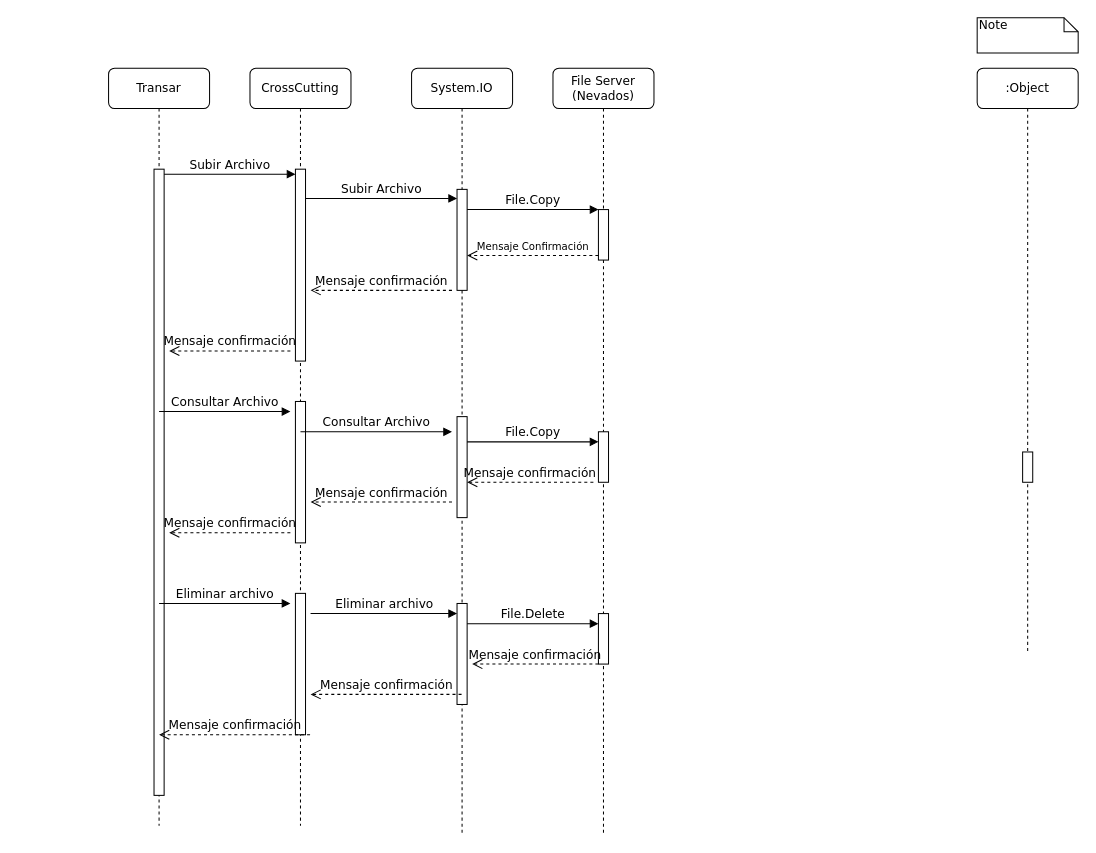
Earlier version of the draw.io diagram Sequence Diagram.drawio (carlosvalderrama1204/RutaCompartida). Source tidied: cells renumbered, new cells numbered last; positions are measured from the earlier drawing's top-left corner, leaving out a move shared by most shapes. Both pictures are drawn from the tidied source at 101%, with x=0, y=0 at pixel (53, 17).
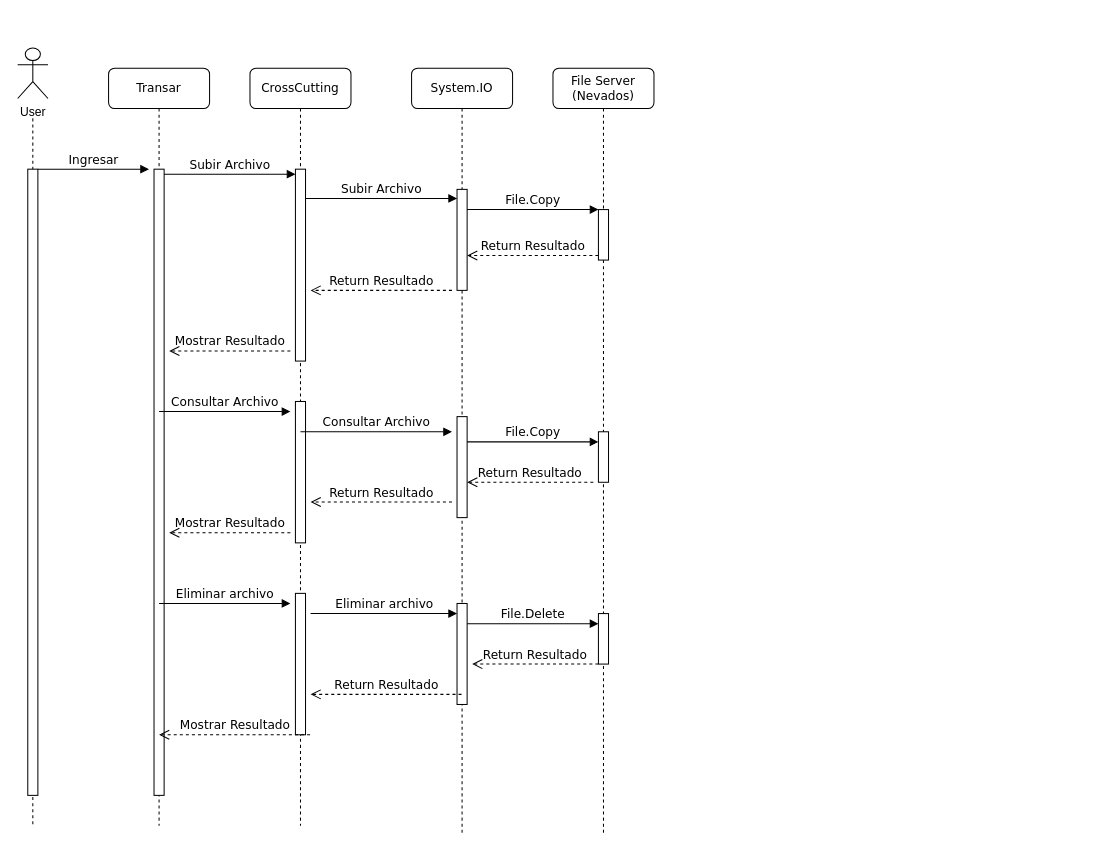
The same page after the edit.

The change refers to these unchanged cells:
```xml
<mxCell id="6" value="System.IO" style="shape=umlLifeline;perimeter=lifelinePerimeter;whiteSpace=wrap;html=1;outlineConnect=0;rounded=1;shadow=0;comic=0;labelBackgroundColor=none;strokeWidth=1;fontFamily=Verdana;fontSize=12;align=center;" parent="1" vertex="1">
  <mxGeometry x="355" y="50" width="100" height="760" as="geometry" />
</mxCell>
```

The edit, as a diff of the source:
```diff
@@
-    <mxCell id="12" value=":Object" style="shape=umlLifeline;perimeter=lifelinePerimeter;whiteSpace=wrap;html=1;rounded=1;shadow=0;comic=0;labelBackgroundColor=none;strokeWidth=1;fontFamily=Verdana;fontSize=12;align=center;" parent="1" vertex="1">
-      <mxGeometry x="915" y="50" width="100" height="580" as="geometry" />
-    </mxCell>
@@
-    <mxCell id="18" style="html=1;perimeter=orthogonalPerimeter;rounded=0;shadow=0;comic=0;labelBackgroundColor=none;strokeColor=#000000;strokeWidth=1;fillColor=#FFFFFF;fontFamily=Verdana;fontSize=12;fontColor=#000000;align=center;" parent="1" vertex="1">
-      <mxGeometry x="960" y="430" width="10" height="30" as="geometry" />
-    </mxCell>
@@
-    <mxCell id="21" value="Note" style="shape=note;whiteSpace=wrap;html=1;size=14;verticalAlign=top;align=left;spacingTop=-6;rounded=0;shadow=0;comic=0;labelBackgroundColor=none;strokeWidth=1;fontFamily=Verdana;fontSize=12;" parent="1" vertex="1">
-      <mxGeometry x="915" width="100" height="35" as="geometry" />
-    </mxCell>
-    <mxCell id="22" value="Mensaje confirmación" style="html=1;verticalAlign=bottom;endArrow=open;dashed=1;endSize=8;labelBackgroundColor=none;fontFamily=Verdana;fontSize=12;edgeStyle=elbowEdgeStyle;elbow=vertical;entryX=1.002;entryY=0.263;entryDx=0;entryDy=0;entryPerimeter=0;" parent="1" edge="1">
+    <mxCell id="22" value="Return Resultado" style="html=1;verticalAlign=bottom;endArrow=open;dashed=1;endSize=8;labelBackgroundColor=none;fontFamily=Verdana;fontSize=12;edgeStyle=elbowEdgeStyle;elbow=vertical;entryX=1.002;entryY=0.263;entryDx=0;entryDy=0;entryPerimeter=0;" parent="1" edge="1">
       <mxGeometry relative="1" as="geometry">
         <mxPoint x="395" y="270" as="sourcePoint" />
         <mxPoint x="255" y="270.5" as="targetPoint" />
         <Array as="points">
           <mxPoint x="150" y="270" />
           <mxPoint x="375" y="270" />
         </Array>
       </mxGeometry>
     </mxCell>
-    <mxCell id="23" value="&lt;font style=&quot;font-size: 10px&quot;&gt;Mensaje Confirmación&lt;/font&gt;" style="html=1;verticalAlign=bottom;endArrow=open;dashed=1;endSize=8;labelBackgroundColor=none;fontFamily=Verdana;fontSize=12;edgeStyle=elbowEdgeStyle;elbow=vertical;" parent="1" edge="1">
+    <mxCell id="23" value="Return Resultado" style="html=1;verticalAlign=bottom;endArrow=open;dashed=1;endSize=8;labelBackgroundColor=none;fontFamily=Verdana;fontSize=12;edgeStyle=elbowEdgeStyle;elbow=vertical;" parent="1" edge="1">
       <mxGeometry relative="1" as="geometry">
         <mxPoint x="540" y="235.5" as="sourcePoint" />
         <mxPoint x="410" y="235.5" as="targetPoint" />
         <Array as="points">
           <mxPoint x="485" y="235.5" />
           <mxPoint x="515" y="235.5" />
         </Array>
       </mxGeometry>
     </mxCell>
-    <mxCell id="24" value="Mensaje confirmación" style="html=1;verticalAlign=bottom;endArrow=open;dashed=1;endSize=8;labelBackgroundColor=none;fontFamily=Verdana;fontSize=12;edgeStyle=elbowEdgeStyle;elbow=vertical;" parent="1" edge="1">
+    <mxCell id="24" value="Mostrar Resultado" style="html=1;verticalAlign=bottom;endArrow=open;dashed=1;endSize=8;labelBackgroundColor=none;fontFamily=Verdana;fontSize=12;edgeStyle=elbowEdgeStyle;elbow=vertical;" parent="1" edge="1">
       <mxGeometry relative="1" as="geometry">
         <mxPoint x="235" y="330" as="sourcePoint" />
         <mxPoint x="115" y="330" as="targetPoint" />
       </mxGeometry>
     </mxCell>
@@
-    <mxCell id="28" value="Mensaje confirmación" style="html=1;verticalAlign=bottom;endArrow=open;dashed=1;endSize=8;labelBackgroundColor=none;fontFamily=Verdana;fontSize=12;edgeStyle=elbowEdgeStyle;elbow=vertical;entryX=1.002;entryY=0.263;entryDx=0;entryDy=0;entryPerimeter=0;" parent="1" edge="1">
+    <mxCell id="28" value="Return Resultado" style="html=1;verticalAlign=bottom;endArrow=open;dashed=1;endSize=8;labelBackgroundColor=none;fontFamily=Verdana;fontSize=12;edgeStyle=elbowEdgeStyle;elbow=vertical;entryX=1.002;entryY=0.263;entryDx=0;entryDy=0;entryPerimeter=0;" parent="1" edge="1">
       <mxGeometry relative="1" as="geometry">
         <mxPoint x="535" y="460" as="sourcePoint" />
         <mxPoint x="410" y="460.5" as="targetPoint" />
         <Array as="points">
           <mxPoint x="305" y="460" />
           <mxPoint x="530" y="460" />
         </Array>
       </mxGeometry>
     </mxCell>
-    <mxCell id="29" value="Mensaje confirmación" style="html=1;verticalAlign=bottom;endArrow=open;dashed=1;endSize=8;labelBackgroundColor=none;fontFamily=Verdana;fontSize=12;edgeStyle=elbowEdgeStyle;elbow=vertical;entryX=1.002;entryY=0.263;entryDx=0;entryDy=0;entryPerimeter=0;" parent="1" edge="1">
+    <mxCell id="29" value="Return Resultado" style="html=1;verticalAlign=bottom;endArrow=open;dashed=1;endSize=8;labelBackgroundColor=none;fontFamily=Verdana;fontSize=12;edgeStyle=elbowEdgeStyle;elbow=vertical;entryX=1.002;entryY=0.263;entryDx=0;entryDy=0;entryPerimeter=0;" parent="1" edge="1">
       <mxGeometry relative="1" as="geometry">
         <mxPoint x="395" y="479.5" as="sourcePoint" />
         <mxPoint x="255" y="480" as="targetPoint" />
         <Array as="points">
           <mxPoint x="150" y="479.5" />
           <mxPoint x="375" y="479.5" />
         </Array>
       </mxGeometry>
     </mxCell>
-    <mxCell id="30" value="Mensaje confirmación" style="html=1;verticalAlign=bottom;endArrow=open;dashed=1;endSize=8;labelBackgroundColor=none;fontFamily=Verdana;fontSize=12;edgeStyle=elbowEdgeStyle;elbow=vertical;" parent="1" edge="1">
+    <mxCell id="30" value="Mostrar Resultado" style="html=1;verticalAlign=bottom;endArrow=open;dashed=1;endSize=8;labelBackgroundColor=none;fontFamily=Verdana;fontSize=12;edgeStyle=elbowEdgeStyle;elbow=vertical;" parent="1" edge="1">
       <mxGeometry relative="1" as="geometry">
         <mxPoint x="235" y="510" as="sourcePoint" />
         <mxPoint x="115" y="510" as="targetPoint" />
       </mxGeometry>
     </mxCell>
@@
-    <mxCell id="34" value="Mensaje confirmación" style="html=1;verticalAlign=bottom;endArrow=open;dashed=1;endSize=8;labelBackgroundColor=none;fontFamily=Verdana;fontSize=12;edgeStyle=elbowEdgeStyle;elbow=vertical;entryX=1.002;entryY=0.263;entryDx=0;entryDy=0;entryPerimeter=0;" parent="1" edge="1">
+    <mxCell id="34" value="Return Resultado" style="html=1;verticalAlign=bottom;endArrow=open;dashed=1;endSize=8;labelBackgroundColor=none;fontFamily=Verdana;fontSize=12;edgeStyle=elbowEdgeStyle;elbow=vertical;entryX=1.002;entryY=0.263;entryDx=0;entryDy=0;entryPerimeter=0;" parent="1" edge="1">
       <mxGeometry relative="1" as="geometry">
         <mxPoint x="540" y="640" as="sourcePoint" />
         <mxPoint x="415" y="640.5" as="targetPoint" />
         <Array as="points">
           <mxPoint x="310" y="640" />
           <mxPoint x="535" y="640" />
         </Array>
       </mxGeometry>
     </mxCell>
-    <mxCell id="35" value="Mensaje confirmación" style="html=1;verticalAlign=bottom;endArrow=open;dashed=1;endSize=8;labelBackgroundColor=none;fontFamily=Verdana;fontSize=12;edgeStyle=elbowEdgeStyle;elbow=vertical;entryX=1.002;entryY=0.263;entryDx=0;entryDy=0;entryPerimeter=0;" parent="1" edge="1" source="6">
+    <mxCell id="35" value="Return Resultado" style="html=1;verticalAlign=bottom;endArrow=open;dashed=1;endSize=8;labelBackgroundColor=none;fontFamily=Verdana;fontSize=12;edgeStyle=elbowEdgeStyle;elbow=vertical;entryX=1.002;entryY=0.263;entryDx=0;entryDy=0;entryPerimeter=0;" parent="1" edge="1" source="6">
       <mxGeometry relative="1" as="geometry">
         <mxPoint x="255" y="670.5" as="targetPoint" />
         <Array as="points">
           <mxPoint x="150" y="670" />
           <mxPoint x="375" y="670" />
         </Array>
       </mxGeometry>
     </mxCell>
-    <mxCell id="36" value="Mensaje confirmación" style="html=1;verticalAlign=bottom;endArrow=open;dashed=1;endSize=8;labelBackgroundColor=none;fontFamily=Verdana;fontSize=12;edgeStyle=elbowEdgeStyle;elbow=vertical;entryX=1.002;entryY=0.263;entryDx=0;entryDy=0;entryPerimeter=0;" parent="1" edge="1">
+    <mxCell id="36" value="Mostrar Resultado" style="html=1;verticalAlign=bottom;endArrow=open;dashed=1;endSize=8;labelBackgroundColor=none;fontFamily=Verdana;fontSize=12;edgeStyle=elbowEdgeStyle;elbow=vertical;entryX=1.002;entryY=0.263;entryDx=0;entryDy=0;entryPerimeter=0;" parent="1" edge="1">
       <mxGeometry relative="1" as="geometry">
         <mxPoint x="254.5" y="710" as="sourcePoint" />
         <mxPoint x="105" y="710.5" as="targetPoint" />
         <Array as="points">
           <mxPoint y="710" />
           <mxPoint x="225" y="710" />
         </Array>
       </mxGeometry>
     </mxCell>
+    <mxCell id="37" value="User" style="shape=umlActor;verticalLabelPosition=bottom;labelBackgroundColor=#ffffff;verticalAlign=top;html=1;" parent="1" vertex="1">
+      <mxGeometry x="-35" y="30" width="30" height="50" as="geometry" />
+    </mxCell>
+    <mxCell id="38" style="endArrow=none;dashed=1;html=1;" parent="1" edge="1">
+      <mxGeometry relative="1" as="geometry">
+        <mxPoint x="-20" y="798.7" as="sourcePoint" />
+        <mxPoint x="-20" y="98" as="targetPoint" />
+      </mxGeometry>
+    </mxCell>
+    <mxCell id="39" style="html=1;perimeter=orthogonalPerimeter;rounded=0;shadow=0;comic=0;labelBackgroundColor=none;strokeWidth=1;fontFamily=Verdana;fontSize=12;align=center;" parent="1" vertex="1">
+      <mxGeometry x="-25" y="150" width="10" height="620" as="geometry" />
+    </mxCell>
+    <mxCell id="40" value="Ingresar" style="html=1;verticalAlign=bottom;endArrow=block;labelBackgroundColor=none;fontFamily=Verdana;fontSize=12;edgeStyle=elbowEdgeStyle;elbow=vertical;" parent="1" edge="1">
+      <mxGeometry relative="1" as="geometry">
+        <mxPoint x="-15" y="150" as="sourcePoint" />
+        <mxPoint x="95" y="150" as="targetPoint" />
+      </mxGeometry>
+    </mxCell>
```
